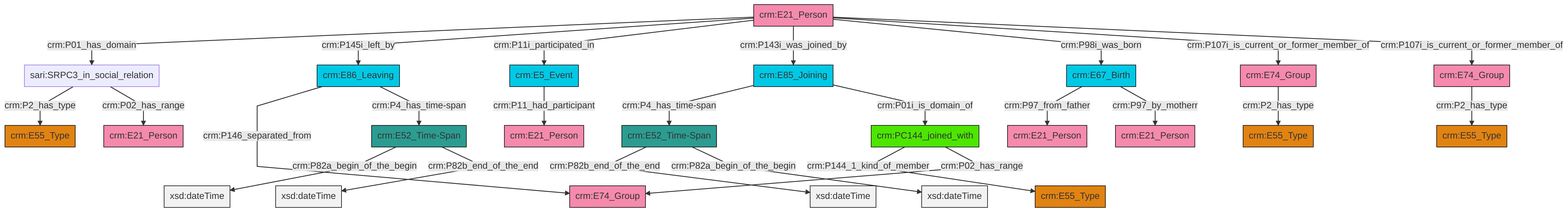
swiss-art-research-net/reference-data-models keeps this Mermaid diagram as et/personCSV/ttl/mmd/png/Person_Actor_Relations.png. Above is the earlier version. Its source is kept beside it as et/personCSV/ttl/mmd/Person_Actor_Relations.ttl.mmd.
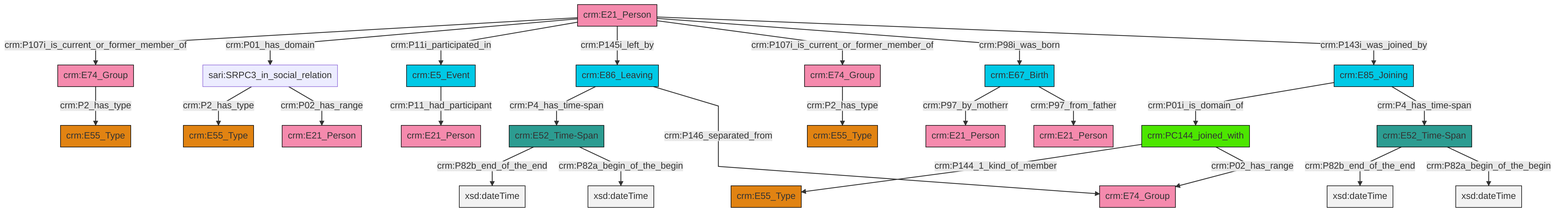
The same diagram one commit later.

Change to the diagram source:
```diff
@@ -13,27 +13,27 @@
 classDef PC_Classes fill:#4ce600, stroke:#000000;
 classDef Multi fill:#cccccc,stroke:#000000;
 
-2["crm:E86_Leaving"]:::Temporal_Entity -->|crm:P146_separated_from| 3["crm:E74_Group"]:::Actor
-0["crm:E21_Person"]:::Actor -->|crm:P01_has_domain| 8["sari:SRPC3_in_social_relation"]:::Default
-11["crm:E67_Birth"]:::Temporal_Entity -->|crm:P97_from_father| 9["crm:E21_Person"]:::Actor
-12["crm:E52_Time-Span"]:::Time-Span -->|crm:P82b_end_of_the_end| 13[xsd:dateTime]:::Literal
-0["crm:E21_Person"]:::Actor -->|crm:P145i_left_by| 2["crm:E86_Leaving"]:::Temporal_Entity
-6["crm:PC144_joined_with"]:::PC_Classes -->|crm:P144_1_kind_of_member| 14["crm:E55_Type"]:::Type
-20["crm:E52_Time-Span"]:::Time-Span -->|crm:P82a_begin_of_the_begin| 21[xsd:dateTime]:::Literal
-22["crm:E74_Group"]:::Actor -->|crm:P2_has_type| 25["crm:E55_Type"]:::Type
-2["crm:E86_Leaving"]:::Temporal_Entity -->|crm:P4_has_time-span| 20["crm:E52_Time-Span"]:::Time-Span
-26["crm:E74_Group"]:::Actor -->|crm:P2_has_type| 16["crm:E55_Type"]:::Type
-27["crm:E85_Joining"]:::Temporal_Entity -->|crm:P4_has_time-span| 12["crm:E52_Time-Span"]:::Time-Span
-12["crm:E52_Time-Span"]:::Time-Span -->|crm:P82a_begin_of_the_begin| 31[xsd:dateTime]:::Literal
-8["sari:SRPC3_in_social_relation"]:::Default -->|crm:P2_has_type| 32["crm:E55_Type"]:::Type
-11["crm:E67_Birth"]:::Temporal_Entity -->|crm:P97_by_motherr| 18["crm:E21_Person"]:::Actor
-20["crm:E52_Time-Span"]:::Time-Span -->|crm:P82b_end_of_the_end| 35[xsd:dateTime]:::Literal
-0["crm:E21_Person"]:::Actor -->|crm:P11i_participated_in| 38["crm:E5_Event"]:::Temporal_Entity
-0["crm:E21_Person"]:::Actor -->|crm:P143i_was_joined_by| 27["crm:E85_Joining"]:::Temporal_Entity
-0["crm:E21_Person"]:::Actor -->|crm:P98i_was_born| 11["crm:E67_Birth"]:::Temporal_Entity
-0["crm:E21_Person"]:::Actor -->|crm:P107i_is_current_or_former_member_of| 22["crm:E74_Group"]:::Actor
-27["crm:E85_Joining"]:::Temporal_Entity -->|crm:P01i_is_domain_of| 6["crm:PC144_joined_with"]:::PC_Classes
-0["crm:E21_Person"]:::Actor -->|crm:P107i_is_current_or_former_member_of| 26["crm:E74_Group"]:::Actor
-6["crm:PC144_joined_with"]:::PC_Classes -->|crm:P02_has_range| 3["crm:E74_Group"]:::Actor
-8["sari:SRPC3_in_social_relation"]:::Default -->|crm:P02_has_range| 40["crm:E21_Person"]:::Actor
-38["crm:E5_Event"]:::Temporal_Entity -->|crm:P11_had_participant| 4["crm:E21_Person"]:::Actor
+0["crm:E21_Person"]:::Actor -->|crm:P107i_is_current_or_former_member_of| 1["crm:E74_Group"]:::Actor
+2["crm:PC144_joined_with"]:::PC_Classes -->|crm:P144_1_kind_of_member| 3["crm:E55_Type"]:::Type
+8["crm:E52_Time-Span"]:::Time-Span -->|crm:P82b_end_of_the_end| 9[xsd:dateTime]:::Literal
+0["crm:E21_Person"]:::Actor -->|crm:P01_has_domain| 10["sari:SRPC3_in_social_relation"]:::Default
+0["crm:E21_Person"]:::Actor -->|crm:P11i_participated_in| 11["crm:E5_Event"]:::Temporal_Entity
+10["sari:SRPC3_in_social_relation"]:::Default -->|crm:P2_has_type| 16["crm:E55_Type"]:::Type
+0["crm:E21_Person"]:::Actor -->|crm:P145i_left_by| 21["crm:E86_Leaving"]:::Temporal_Entity
+21["crm:E86_Leaving"]:::Temporal_Entity -->|crm:P4_has_time-span| 8["crm:E52_Time-Span"]:::Time-Span
+11["crm:E5_Event"]:::Temporal_Entity -->|crm:P11_had_participant| 25["crm:E21_Person"]:::Actor
+10["sari:SRPC3_in_social_relation"]:::Default -->|crm:P02_has_range| 27["crm:E21_Person"]:::Actor
+23["crm:E74_Group"]:::Actor -->|crm:P2_has_type| 13["crm:E55_Type"]:::Type
+0["crm:E21_Person"]:::Actor -->|crm:P107i_is_current_or_former_member_of| 23["crm:E74_Group"]:::Actor
+8["crm:E52_Time-Span"]:::Time-Span -->|crm:P82a_begin_of_the_begin| 31[xsd:dateTime]:::Literal
+19["crm:E52_Time-Span"]:::Time-Span -->|crm:P82b_end_of_the_end| 32[xsd:dateTime]:::Literal
+17["crm:E67_Birth"]:::Temporal_Entity -->|crm:P97_by_motherr| 34["crm:E21_Person"]:::Actor
+2["crm:PC144_joined_with"]:::PC_Classes -->|crm:P02_has_range| 36["crm:E74_Group"]:::Actor
+19["crm:E52_Time-Span"]:::Time-Span -->|crm:P82a_begin_of_the_begin| 37[xsd:dateTime]:::Literal
+21["crm:E86_Leaving"]:::Temporal_Entity -->|crm:P146_separated_from| 36["crm:E74_Group"]:::Actor
+4["crm:E85_Joining"]:::Temporal_Entity -->|crm:P01i_is_domain_of| 2["crm:PC144_joined_with"]:::PC_Classes
+0["crm:E21_Person"]:::Actor -->|crm:P98i_was_born| 17["crm:E67_Birth"]:::Temporal_Entity
+1["crm:E74_Group"]:::Actor -->|crm:P2_has_type| 28["crm:E55_Type"]:::Type
+17["crm:E67_Birth"]:::Temporal_Entity -->|crm:P97_from_father| 39["crm:E21_Person"]:::Actor
+4["crm:E85_Joining"]:::Temporal_Entity -->|crm:P4_has_time-span| 19["crm:E52_Time-Span"]:::Time-Span
+0["crm:E21_Person"]:::Actor -->|crm:P143i_was_joined_by| 4["crm:E85_Joining"]:::Temporal_Entity
```
